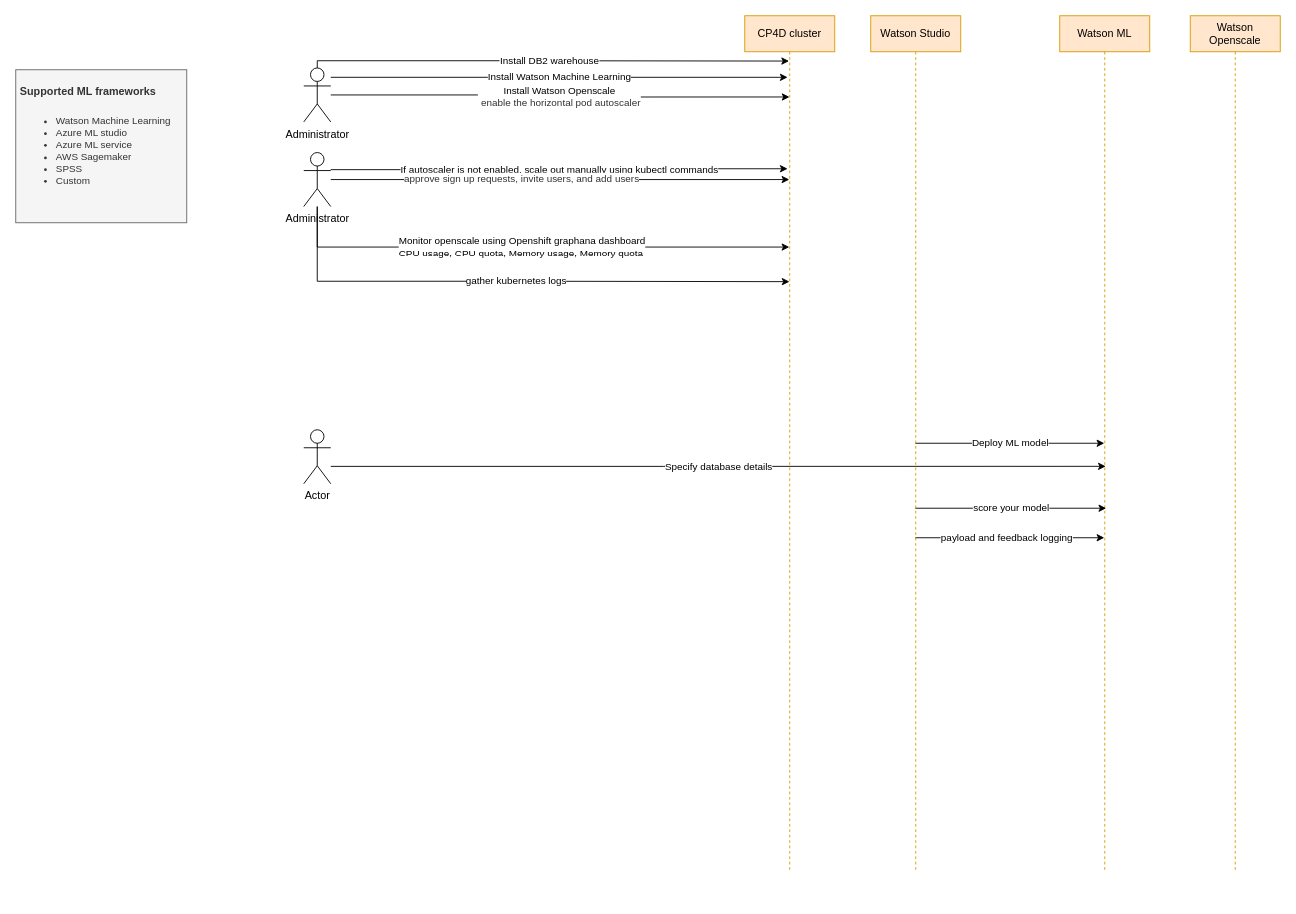
The draw.io diagram openscale.drawio in kanchantewary/CloudPakForData, before the edit. Source tidied: cells renumbered, new cells numbered last; positions are measured from the earlier drawing's top-left corner, leaving out a move shared by most shapes. Both pictures are drawn from the tidied source at 90%, with x=0, y=0 at pixel (15, 15).
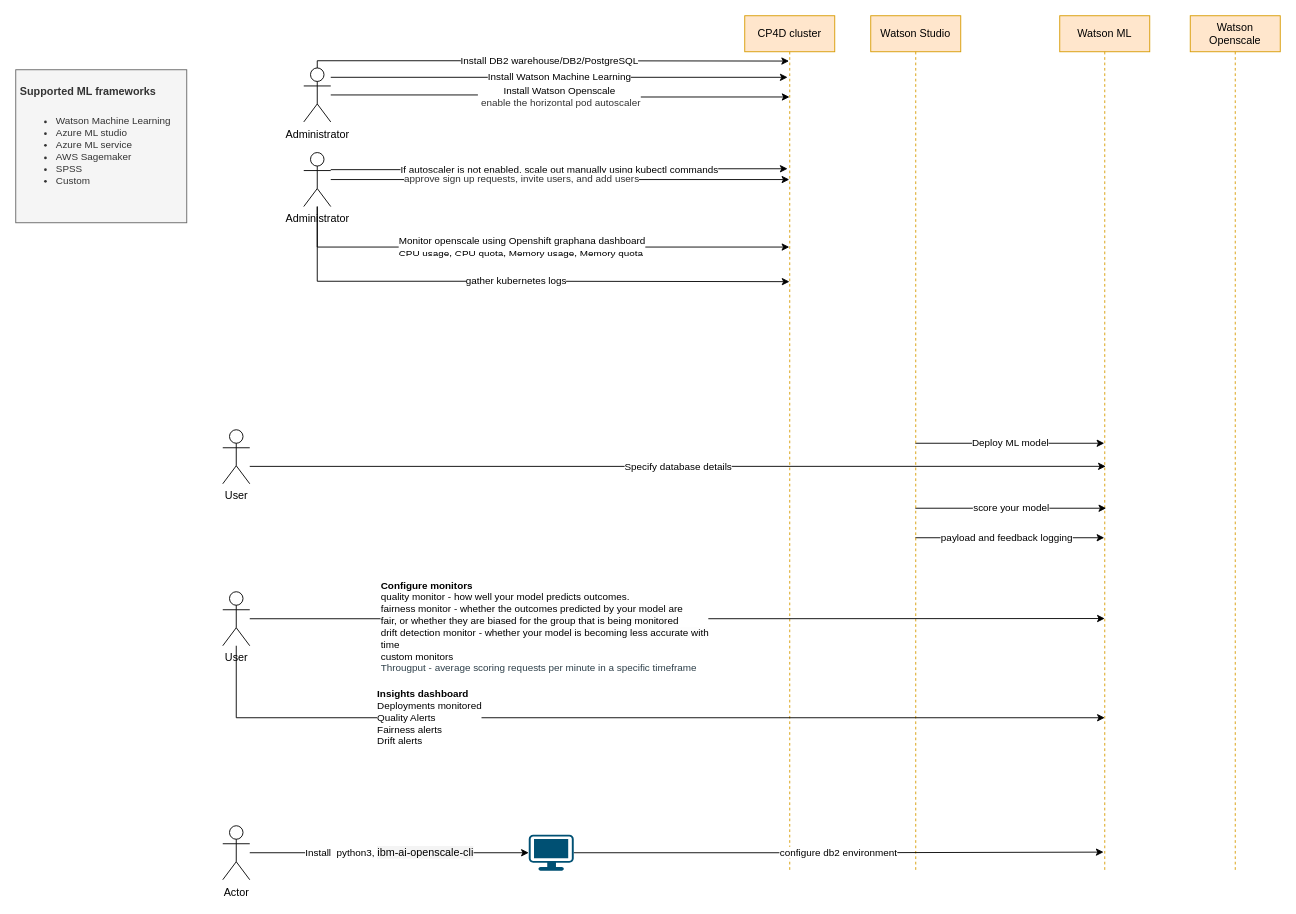
The same page after the edit.

The change refers to these unchanged cells:
```xml
<mxCell id="3" value="Watson ML" style="shape=umlLifeline;perimeter=lifelinePerimeter;whiteSpace=wrap;html=1;outlineConnect=0;fillColor=#ffe6cc;strokeColor=#d79b00;" parent="1" vertex="1">
  <mxGeometry x="1160" width="100" height="950" as="geometry" />
</mxCell>
<mxCell id="8" value="CP4D cluster" style="shape=umlLifeline;perimeter=lifelinePerimeter;whiteSpace=wrap;html=1;outlineConnect=0;fillColor=#ffe6cc;strokeColor=#d79b00;" parent="1" vertex="1">
  <mxGeometry x="810" width="100" height="950" as="geometry" />
</mxCell>
<mxCell id="12" value="Administrator" style="shape=umlActor;verticalLabelPosition=bottom;verticalAlign=top;html=1;" parent="1" vertex="1">
  <mxGeometry x="320" y="58" width="30" height="60" as="geometry" />
</mxCell>
```

Diff of the diagram source:
```diff
@@
-    <mxCell id="11" value="Install DB2 warehouse" style="edgeStyle=orthogonalEdgeStyle;rounded=0;jettySize=auto;html=1;entryX=0.492;entryY=0.053;entryDx=0;entryDy=0;entryPerimeter=0;" parent="1" edge="1" source="12" target="8">
+    <mxCell id="11" value="&lt;font style=&quot;font-size: 11px&quot;&gt;Install DB2 warehouse/DB2/PostgreSQL&lt;/font&gt;" style="edgeStyle=orthogonalEdgeStyle;rounded=0;jettySize=auto;html=1;entryX=0.492;entryY=0.053;entryDx=0;entryDy=0;entryPerimeter=0;" parent="1" edge="1" source="12" target="8">
       <mxGeometry relative="1" as="geometry">
         <Array as="points">
           <mxPoint x="335" y="50" />
           <mxPoint x="580" y="50" />
         </Array>
       </mxGeometry>
     </mxCell>
@@
-    <mxCell id="22" value="Actor" style="shape=umlActor;verticalLabelPosition=bottom;verticalAlign=top;html=1;outlineConnect=0;" parent="1" vertex="1">
-      <mxGeometry x="320" y="460" width="30" height="60" as="geometry" />
+    <mxCell id="22" value="User" style="shape=umlActor;verticalLabelPosition=bottom;verticalAlign=top;html=1;outlineConnect=0;" parent="1" vertex="1">
+      <mxGeometry x="230" y="460" width="30" height="60" as="geometry" />
     </mxCell>
+    <mxCell id="23" value="configure db2 environment" style="edgeStyle=orthogonalEdgeStyle;rounded=0;jettySize=auto;html=1;entryX=0.487;entryY=0.694;entryDx=0;entryDy=0;entryPerimeter=0;" parent="1" edge="1" source="24">
+      <mxGeometry relative="1" as="geometry">
+        <mxPoint x="1208.7" y="929.3" as="targetPoint" />
+      </mxGeometry>
+    </mxCell>
+    <mxCell id="24" style="points=[[0.03,0.03,0],[0.5,0,0],[0.97,0.03,0],[1,0.4,0],[0.97,0.745,0],[0.5,1,0],[0.03,0.745,0],[0,0.4,0]];verticalLabelPosition=bottom;html=1;verticalAlign=top;align=center;shape=mxgraph.cisco19.workstation;fillColor=#005073;strokeColor=none;" parent="1" vertex="1">
+      <mxGeometry x="570" y="910" width="50" height="40" as="geometry" />
+    </mxCell>
+    <mxCell id="25" value="Install&amp;nbsp; python3,&amp;nbsp;&lt;span style=&quot;font-size: 12px ; text-align: left ; background-color: rgb(244 , 244 , 244)&quot;&gt;ibm-ai-openscale-cli&lt;/span&gt;" style="edgeStyle=orthogonalEdgeStyle;rounded=0;jettySize=auto;html=1;" parent="1" edge="1" source="26" target="24">
+      <mxGeometry relative="1" as="geometry" />
+    </mxCell>
+    <mxCell id="26" value="Actor" style="shape=umlActor;verticalLabelPosition=bottom;verticalAlign=top;html=1;outlineConnect=0;" parent="1" vertex="1">
+      <mxGeometry x="230" y="900" width="30" height="60" as="geometry" />
+    </mxCell>
+    <mxCell id="27" value="&lt;div&gt;&lt;b&gt;Configure monitors&lt;/b&gt;&lt;/div&gt;&lt;font style=&quot;font-size: 11px&quot;&gt;&lt;div&gt;quality monitor -&amp;nbsp;&lt;span lang=&quot;EN-US&quot; style=&quot;background: rgb(253 , 253 , 253)&quot;&gt;how well your model predicts outcomes.&lt;/span&gt;&lt;/div&gt;&lt;div&gt;fairness monitor -&amp;nbsp;&lt;span lang=&quot;EN-US&quot; style=&quot;background: rgb(253 , 253 , 253)&quot;&gt;whether the outcomes predicted by your model are&lt;br&gt;fair, or whether they are biased for the group that is being monitored&lt;/span&gt;&lt;/div&gt;&lt;div&gt;drift detection monitor -&amp;nbsp;&lt;span lang=&quot;EN-US&quot; style=&quot;background: rgb(253 , 253 , 253)&quot;&gt;whether your model is becoming less accurate with&lt;br&gt;time&lt;/span&gt;&lt;/div&gt;&lt;/font&gt;&lt;span lang=&quot;EN-US&quot; style=&quot;background: rgb(253 , 253 , 253)&quot;&gt;&lt;div&gt;custom monitors&lt;/div&gt;&lt;div&gt;&lt;span style=&quot;color: rgb(45 , 63 , 73) ; background-color: rgb(255 , 255 , 255)&quot;&gt;&lt;font style=&quot;font-size: 11px&quot;&gt;Througput - average scoring requests per minute in a specific timeframe&lt;/font&gt;&lt;/span&gt;&lt;br&gt;&lt;/div&gt;&lt;/span&gt;" style="edgeStyle=orthogonalEdgeStyle;rounded=0;jettySize=auto;html=1;entryX=0.5;entryY=0.705;entryDx=0;entryDy=0;entryPerimeter=0;align=left;" parent="1" edge="1" source="29" target="3">
+      <mxGeometry x="-0.68" y="-10" relative="1" as="geometry">
+        <mxPoint x="-8" y="-1" as="offset" />
+      </mxGeometry>
+    </mxCell>
+    <mxCell id="28" value="&lt;div&gt;&lt;b&gt;Insights dashboard&lt;/b&gt;&lt;/div&gt;&lt;div&gt;Deployments monitored&lt;/div&gt;&lt;div&gt;Quality Alerts&lt;/div&gt;&lt;div&gt;Fairness alerts&lt;/div&gt;&lt;div&gt;Drift alerts&lt;/div&gt;" style="edgeStyle=orthogonalEdgeStyle;rounded=0;jettySize=auto;html=1;align=left;" parent="1" edge="1" source="29">
+      <mxGeometry x="-0.55" relative="1" as="geometry">
+        <mxPoint x="1210" y="780" as="targetPoint" />
+        <Array as="points">
+          <mxPoint x="245" y="780" />
+          <mxPoint x="1210" y="780" />
+        </Array>
+      </mxGeometry>
+    </mxCell>
+    <mxCell id="29" value="User" style="shape=umlActor;verticalLabelPosition=bottom;verticalAlign=top;html=1;outlineConnect=0;" parent="1" vertex="1">
+      <mxGeometry x="230" y="640" width="30" height="60" as="geometry" />
+    </mxCell>
```
